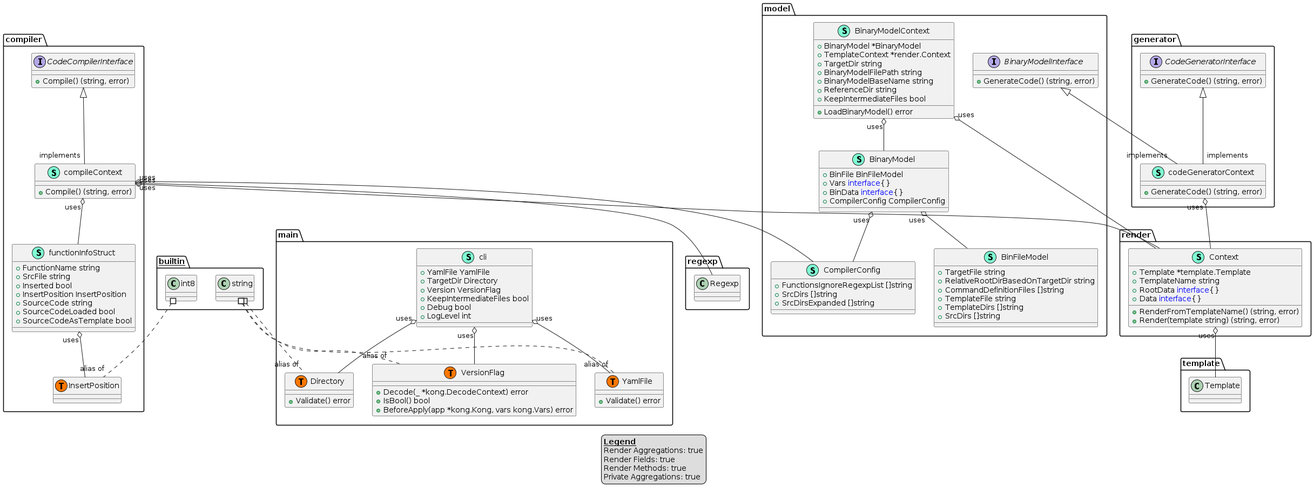
Above: doc/classDiagram.png in fchastanet/bash-compiler (PlantUML), before the change.
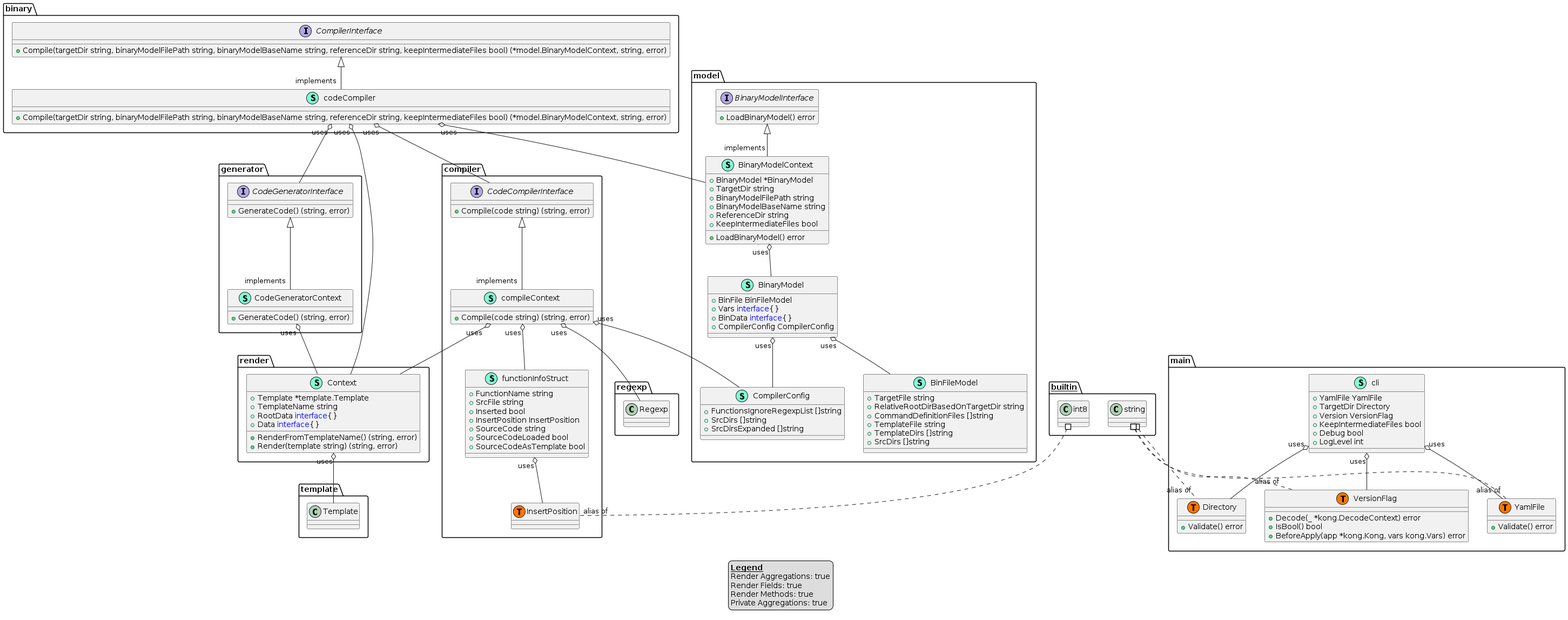
After the change.

Commit message:
created compiler package

The edit, as a diff of the source:
```diff
@@ -6,13 +6,31 @@
 Render Methods: true
 Private Aggregations: true
 end legend
+namespace binary {
+    interface CompilerInterface  {
+        + Compile(targetDir string, binaryModelFilePath string, binaryModelBaseName string, referenceDir string, keepIntermediateFiles bool) (*model.BinaryModelContext, string, error)
+
+    }
+    class codeCompiler << (S,Aquamarine) >> {
+        + Compile(targetDir string, binaryModelFilePath string, binaryModelBaseName string, referenceDir string, keepIntermediateFiles bool) (*model.BinaryModelContext, string, error)
+
+    }
+}
+
+"binary.CompilerInterface" <|-- "implements""binary.codeCompiler"
+
+"binary.codeCompiler""uses" o-- "compiler.CodeCompilerInterface"
+"binary.codeCompiler""uses" o-- "generator.CodeGeneratorInterface"
+"binary.codeCompiler""uses" o-- "model.BinaryModelContext"
+"binary.codeCompiler""uses" o-- "render.Context"
+
 namespace compiler {
     interface CodeCompilerInterface  {
-        + Compile() (string, error)
+        + Compile(code string) (string, error)
 
     }
     class compileContext << (S,Aquamarine) >> {
-        + Compile() (string, error)
+        + Compile(code string) (string, error)
 
     }
     class compiler.InsertPosition << (T, #FF7700) >>  {
@@ -38,20 +56,19 @@
 "compiler.functionInfoStruct""uses" o-- "compiler.InsertPosition"
 
 namespace generator {
-    interface CodeGeneratorInterface  {
+    class CodeGeneratorContext << (S,Aquamarine) >> {
         + GenerateCode() (string, error)
 
     }
-    class codeGeneratorContext << (S,Aquamarine) >> {
+    interface CodeGeneratorInterface  {
         + GenerateCode() (string, error)
 
     }
 }
 
-"generator.CodeGeneratorInterface" <|-- "implements""generator.codeGeneratorContext"
-"model.BinaryModelInterface" <|-- "implements""generator.codeGeneratorContext"
+"generator.CodeGeneratorInterface" <|-- "implements""generator.CodeGeneratorContext"
 
-"generator.codeGeneratorContext""uses" o-- "render.Context"
+"generator.CodeGeneratorContext""uses" o-- "render.Context"
 
 namespace main {
     class Directory << (S,Aquamarine) >> {
@@ -109,7 +126,6 @@
     }
     class BinaryModelContext << (S,Aquamarine) >> {
         + BinaryModel *BinaryModel
-        + TemplateContext *render.Context
         + TargetDir string
         + BinaryModelFilePath string
         + BinaryModelBaseName string
@@ -120,7 +136,7 @@
 
     }
     interface BinaryModelInterface  {
-        + GenerateCode() (string, error)
+        + LoadBinaryModel() error
 
     }
     class CompilerConfig << (S,Aquamarine) >> {
@@ -131,11 +147,11 @@
     }
 }
 
+"model.BinaryModelInterface" <|-- "implements""model.BinaryModelContext"
 
 "model.BinaryModel""uses" o-- "model.BinFileModel"
 "model.BinaryModel""uses" o-- "model.CompilerConfig"
 "model.BinaryModelContext""uses" o-- "model.BinaryModel"
-"model.BinaryModelContext""uses" o-- "render.Context"
 
 namespace render {
     class Context << (S,Aquamarine) >> {
```
